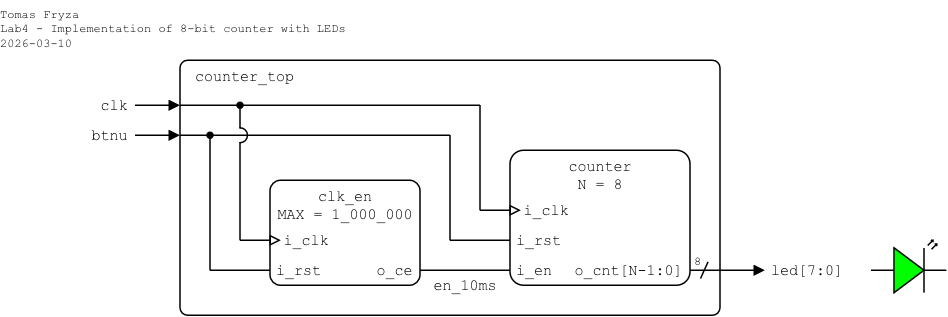
Before: lab4-counter/images/top-level_ver1.png, a diagram exported from draw.io (tomas-fryza/verilog-examples). Source tidied: cells renumbered, new cells last; positions are measured from the earlier drawing's top-left corner, leaving out a move shared by most shapes.
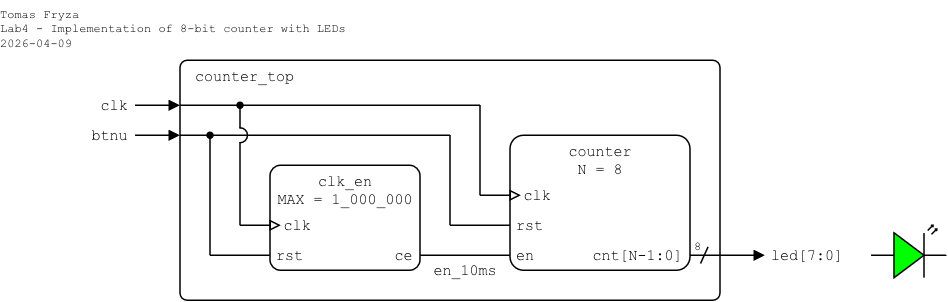
The same diagram one commit later.

Diff of the diagram source:
```diff
@@ -3,27 +3,27 @@
     <mxCell id="0" />
     <mxCell id="1" parent="0" />
     <mxCell id="2" value="counter_top" style="rounded=1;arcSize=3;whiteSpace=wrap;html=1;align=left;verticalAlign=top;fontFamily=Courier New;absoluteArcSize=0;fillColor=none;fontSize=10;spacingLeft=10;imageHeight=24;spacing=0;" parent="1" vertex="1">
-      <mxGeometry x="120" y="40" width="360" height="170" as="geometry" />
+      <mxGeometry x="120" y="50" width="360" height="160" as="geometry" />
     </mxCell>
     <mxCell id="3" style="endArrow=none;html=1;rounded=0;endFill=1;endSize=5;startSize=5;startFill=0;" parent="1" edge="1">
       <mxGeometry relative="1" as="geometry">
-        <mxPoint x="120" y="90" as="sourcePoint" />
-        <mxPoint x="300" y="90" as="targetPoint" />
+        <mxPoint x="120" y="100" as="sourcePoint" />
+        <mxPoint x="300" y="100" as="targetPoint" />
       </mxGeometry>
     </mxCell>
     <mxCell id="4" style="endArrow=block;html=1;rounded=0;endFill=1;endSize=5;startSize=5;" parent="1" edge="1">
       <mxGeometry relative="1" as="geometry">
-        <mxPoint x="90" y="90" as="sourcePoint" />
-        <mxPoint x="120" y="90" as="targetPoint" />
+        <mxPoint x="90" y="100" as="sourcePoint" />
+        <mxPoint x="120" y="100" as="targetPoint" />
       </mxGeometry>
     </mxCell>
     <mxCell id="5" value="&lt;div align=&quot;right&quot;&gt;btnu&lt;/div&gt;" style="text;html=1;align=right;verticalAlign=middle;whiteSpace=wrap;rounded=0;fontFamily=Courier New;fontSize=10;fillOpacity=100;spacing=0;spacingLeft=0;spacingRight=5;" parent="1" vertex="1">
-      <mxGeometry x="50" y="80" width="39.6" height="20" as="geometry" />
+      <mxGeometry x="50" y="90" width="39.6" height="20" as="geometry" />
     </mxCell>
     <mxCell id="6" style="endArrow=none;html=1;rounded=0;startArrow=none;startFill=0;endSize=4;startSize=4;" parent="1" edge="1">
       <mxGeometry relative="1" as="geometry">
         <mxPoint x="320" y="140" as="sourcePoint" />
-        <mxPoint x="320" y="70" as="targetPoint" />
+        <mxPoint x="320" y="80" as="targetPoint" />
       </mxGeometry>
     </mxCell>
     <mxCell id="7" style="endArrow=block;html=1;rounded=0;endFill=1;orthogonal=1;endSize=5;startSize=5;" parent="1" edge="1">
@@ -37,26 +37,26 @@
     </mxCell>
     <mxCell id="9" style="endArrow=block;html=1;rounded=0;endFill=1;endSize=5;startSize=5;" parent="1" edge="1">
       <mxGeometry relative="1" as="geometry">
-        <mxPoint x="90" y="70" as="sourcePoint" />
-        <mxPoint x="120" y="70" as="targetPoint" />
+        <mxPoint x="90" y="80" as="sourcePoint" />
+        <mxPoint x="120" y="80" as="targetPoint" />
       </mxGeometry>
     </mxCell>
     <mxCell id="10" value="clk" style="text;html=1;align=right;verticalAlign=middle;whiteSpace=wrap;rounded=0;fontFamily=Courier New;fontSize=10;fillOpacity=100;spacing=0;spacingLeft=0;spacingRight=5;" parent="1" vertex="1">
-      <mxGeometry x="60" y="60" width="30" height="20" as="geometry" />
+      <mxGeometry x="60" y="70" width="30" height="20" as="geometry" />
     </mxCell>
     <mxCell id="11" style="endArrow=none;html=1;rounded=0;startArrow=none;startFill=0;endSize=4;startSize=4;" parent="1" edge="1">
       <mxGeometry relative="1" as="geometry">
-        <mxPoint x="300" y="90" as="sourcePoint" />
+        <mxPoint x="300" y="100" as="sourcePoint" />
         <mxPoint x="300" y="160" as="targetPoint" />
       </mxGeometry>
     </mxCell>
     <mxCell id="12" value="&lt;div&gt;counter&lt;/div&gt;&lt;div&gt;N = 8&lt;/div&gt;" style="rounded=1;arcSize=10;align=center;verticalAlign=top;fontFamily=Courier New;absoluteArcSize=0;fillColor=none;fixDash=0;fontSize=10;spacingLeft=0;labelBorderColor=none;spacingTop=0;spacing=0;labelBackgroundColor=none;whiteSpace=wrap;html=1;strokeWidth=1;shadow=0;glass=0;" parent="1" vertex="1">
       <mxGeometry x="340" y="100" width="120" height="90" as="geometry" />
     </mxCell>
-    <mxCell id="13" value="i_rst" style="text;html=1;align=left;verticalAlign=middle;whiteSpace=wrap;rounded=0;fontFamily=Courier New;fontSize=10;fillOpacity=100;spacingLeft=5;spacing=0;" parent="1" vertex="1">
+    <mxCell id="13" value="rst" style="text;html=1;align=left;verticalAlign=middle;whiteSpace=wrap;rounded=0;fontFamily=Courier New;fontSize=10;fillOpacity=100;spacingLeft=5;spacing=0;" parent="1" vertex="1">
       <mxGeometry x="339.4" y="150" width="40.6" height="20" as="geometry" />
     </mxCell>
-    <mxCell id="14" value="i_clk" style="text;html=1;align=left;verticalAlign=middle;whiteSpace=wrap;rounded=0;fontFamily=Courier New;fontSize=10;fillOpacity=100;spacing=0;spacingLeft=10;" parent="1" vertex="1">
+    <mxCell id="14" value="clk" style="text;html=1;align=left;verticalAlign=middle;whiteSpace=wrap;rounded=0;fontFamily=Courier New;fontSize=10;fillOpacity=100;spacing=0;spacingLeft=10;" parent="1" vertex="1">
       <mxGeometry x="339.4" y="130" width="40.6" height="20" as="geometry" />
     </mxCell>
     <mxCell id="15" style="endArrow=none;html=1;rounded=0;endFill=0;endSize=5;startSize=5;" parent="1" edge="1">
@@ -71,10 +71,10 @@
         <mxPoint x="347.2" y="140" as="targetPoint" />
       </mxGeometry>
     </mxCell>
-    <mxCell id="17" value="o_cnt[N-1:0]" style="text;html=1;align=right;verticalAlign=middle;whiteSpace=wrap;rounded=0;fontFamily=Courier New;fontSize=10;fillOpacity=100;spacing=0;spacingRight=5;" parent="1" vertex="1">
+    <mxCell id="17" value="cnt[N-1:0]" style="text;html=1;align=right;verticalAlign=middle;whiteSpace=wrap;rounded=0;fontFamily=Courier New;fontSize=10;fillOpacity=100;spacing=0;spacingRight=5;" parent="1" vertex="1">
       <mxGeometry x="380" y="170" width="80" height="20" as="geometry" />
     </mxCell>
-    <mxCell id="18" value="i_en" style="text;html=1;align=left;verticalAlign=middle;whiteSpace=wrap;rounded=0;fontFamily=Courier New;fontSize=10;fillOpacity=100;spacingLeft=5;spacing=0;" parent="1" vertex="1">
+    <mxCell id="18" value="en" style="text;html=1;align=left;verticalAlign=middle;whiteSpace=wrap;rounded=0;fontFamily=Courier New;fontSize=10;fillOpacity=100;spacingLeft=5;spacing=0;" parent="1" vertex="1">
       <mxGeometry x="339.4" y="170" width="30.6" height="20" as="geometry" />
     </mxCell>
     <mxCell id="19" style="endArrow=none;html=1;rounded=0;endFill=0;endSize=5;startSize=5;" parent="1" edge="1">
@@ -85,8 +85,8 @@
     </mxCell>
     <mxCell id="20" style="endArrow=none;html=1;rounded=0;endFill=0;endSize=5;startSize=5;" parent="1" edge="1">
       <mxGeometry relative="1" as="geometry">
-        <mxPoint x="120" y="70" as="sourcePoint" />
-        <mxPoint x="320" y="70" as="targetPoint" />
+        <mxPoint x="120" y="80" as="sourcePoint" />
+        <mxPoint x="320" y="80" as="targetPoint" />
       </mxGeometry>
     </mxCell>
     <mxCell id="21" value="en_10ms" style="text;html=1;align=center;verticalAlign=middle;whiteSpace=wrap;rounded=0;fontFamily=Courier New;fontSize=10;fillOpacity=100;spacing=0;spacingLeft=0;" parent="1" vertex="1">
@@ -95,11 +95,11 @@
     <mxCell id="22" value="clk_en&lt;div&gt;MAX = 1_000_000&lt;br&gt;&lt;/div&gt;" style="rounded=1;arcSize=10;align=center;verticalAlign=top;fontFamily=Courier New;absoluteArcSize=0;fillColor=none;fixDash=0;fontSize=10;spacingLeft=0;labelBorderColor=none;spacingTop=0;spacing=0;labelBackgroundColor=none;whiteSpace=wrap;html=1;strokeWidth=1;shadow=0;glass=0;" parent="1" vertex="1">
       <mxGeometry x="180" y="120" width="100" height="70" as="geometry" />
     </mxCell>
-    <mxCell id="23" value="i_rst" style="text;html=1;align=left;verticalAlign=middle;whiteSpace=wrap;rounded=0;fontFamily=Courier New;fontSize=10;fillOpacity=100;spacingLeft=5;spacing=0;" parent="1" vertex="1">
-      <mxGeometry x="179.4" y="170" width="40.6" height="20" as="geometry" />
+    <mxCell id="23" value="rst" style="text;html=1;align=left;verticalAlign=middle;whiteSpace=wrap;rounded=0;fontFamily=Courier New;fontSize=10;fillOpacity=100;spacingLeft=5;spacing=0;" parent="1" vertex="1">
+      <mxGeometry x="179.4" y="170" width="30.6" height="20" as="geometry" />
     </mxCell>
-    <mxCell id="24" value="i_clk" style="text;html=1;align=left;verticalAlign=middle;whiteSpace=wrap;rounded=0;fontFamily=Courier New;fontSize=10;fillOpacity=100;spacing=0;spacingLeft=10;" parent="1" vertex="1">
-      <mxGeometry x="179.4" y="150" width="50.6" height="20" as="geometry" />
+    <mxCell id="24" value="clk" style="text;html=1;align=left;verticalAlign=middle;whiteSpace=wrap;rounded=0;fontFamily=Courier New;fontSize=10;fillOpacity=100;spacing=0;spacingLeft=10;" parent="1" vertex="1">
+      <mxGeometry x="179.4" y="150" width="40.6" height="20" as="geometry" />
     </mxCell>
     <mxCell id="25" style="endArrow=block;html=1;rounded=0;endFill=0;endSize=5;startSize=5;" parent="1" edge="1">
       <mxGeometry relative="1" as="geometry">
@@ -107,7 +107,7 @@
         <mxPoint x="187.2" y="160" as="targetPoint" />
       </mxGeometry>
     </mxCell>
-    <mxCell id="26" value="o_ce" style="text;html=1;align=right;verticalAlign=middle;whiteSpace=wrap;rounded=0;fontFamily=Courier New;fontSize=10;fillOpacity=100;spacing=0;spacingRight=5;" parent="1" vertex="1">
+    <mxCell id="26" value="ce" style="text;html=1;align=right;verticalAlign=middle;whiteSpace=wrap;rounded=0;fontFamily=Courier New;fontSize=10;fillOpacity=100;spacing=0;spacingRight=5;" parent="1" vertex="1">
       <mxGeometry x="250" y="170" width="30" height="20" as="geometry" />
     </mxCell>
     <mxCell id="27" style="endArrow=none;html=1;rounded=0;endFill=0;endSize=5;startSize=5;" parent="1" edge="1">
@@ -118,30 +118,30 @@
     </mxCell>
     <mxCell id="28" style="endArrow=oval;html=1;rounded=0;startArrow=none;startFill=0;endSize=4;startSize=4;endFill=1;" parent="1" edge="1">
       <mxGeometry relative="1" as="geometry">
-        <mxPoint x="160" y="85.5" as="sourcePoint" />
-        <mxPoint x="160" y="70" as="targetPoint" />
+        <mxPoint x="160" y="95.5" as="sourcePoint" />
+        <mxPoint x="160" y="80" as="targetPoint" />
       </mxGeometry>
     </mxCell>
     <mxCell id="29" style="endArrow=none;html=1;rounded=0;startArrow=oval;startFill=1;endSize=4;startSize=4;" parent="1" edge="1">
       <mxGeometry relative="1" as="geometry">
-        <mxPoint x="140" y="90" as="sourcePoint" />
+        <mxPoint x="140" y="100" as="sourcePoint" />
         <mxPoint x="140" y="180" as="targetPoint" />
       </mxGeometry>
     </mxCell>
     <mxCell id="30" style="verticalLabelPosition=bottom;verticalAlign=top;html=1;shape=mxgraph.basic.arc;startAngle=0.75;endAngle=0.25;rotation=90;" parent="1" vertex="1">
-      <mxGeometry x="155" y="85" width="10" height="10" as="geometry" />
+      <mxGeometry x="155" y="95" width="10" height="10" as="geometry" />
     </mxCell>
     <mxCell id="31" style="verticalLabelPosition=bottom;shadow=0;dashed=0;align=center;html=1;verticalAlign=top;shape=mxgraph.electrical.opto_electronics.led_2;fillColor=#00FF00;" parent="1" vertex="1">
       <mxGeometry x="581" y="160" width="50" height="35" as="geometry" />
     </mxCell>
     <mxCell id="32" style="endArrow=none;html=1;rounded=0;startArrow=none;startFill=0;endSize=4;startSize=4;" parent="1" edge="1">
       <mxGeometry relative="1" as="geometry">
-        <mxPoint x="160" y="94.5" as="sourcePoint" />
+        <mxPoint x="160" y="104.5" as="sourcePoint" />
         <mxPoint x="160" y="160" as="targetPoint" />
       </mxGeometry>
     </mxCell>
-    <mxCell id="33" value="&lt;div&gt;Tomas Fryza&lt;/div&gt;&lt;div&gt;Lab4 - Implementation of 8-bit counter with LEDs&lt;/div&gt;&lt;div&gt;2026-03-10&lt;/div&gt;" style="text;html=1;align=left;verticalAlign=top;whiteSpace=wrap;rounded=0;fontFamily=Courier New;fontSize=8;fillOpacity=100;spacing=0;spacingLeft=0;" parent="1" vertex="1">
-      <mxGeometry width="240" height="40" as="geometry" />
+    <mxCell id="33" value="&lt;div&gt;Tomas Fryza&lt;/div&gt;&lt;div&gt;Lab4 - Implementation of 8-bit counter with LEDs&lt;/div&gt;&lt;div&gt;2026-04-09&lt;/div&gt;" style="text;html=1;align=left;verticalAlign=top;whiteSpace=wrap;rounded=0;fontFamily=Courier New;fontSize=8;fillOpacity=100;spacing=0;spacingLeft=0;" parent="1" vertex="1">
+      <mxGeometry y="10" width="240" height="40" as="geometry" />
     </mxCell>
     <mxCell id="34" value="8" style="text;html=1;align=center;verticalAlign=middle;whiteSpace=wrap;rounded=0;fontFamily=Courier New;fontSize=8;fillOpacity=100;spacing=2;spacingRight=0;" parent="1" vertex="1">
       <mxGeometry x="460" y="164" width="10" height="20" as="geometry" />
```
